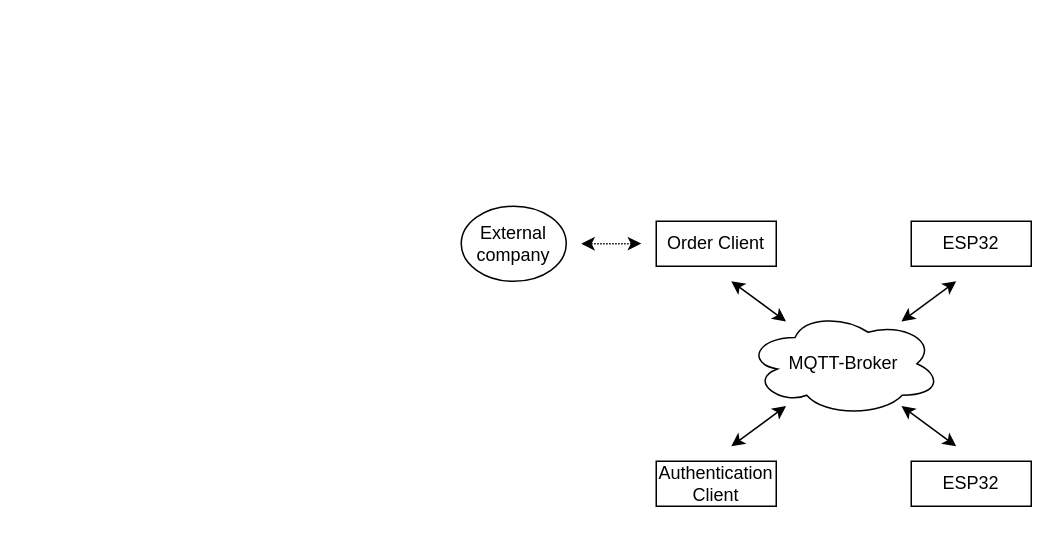
Before: docs/assets/models/architektur.drawio.xml in finnge/iot-service-button, a draw.io diagram. Source tidied: cells renumbered, new cells numbered last; positions are measured from the earlier drawing's top-left corner, leaving out a move shared by most shapes. Both pictures are drawn from the tidied source at 150%, with x=0, y=0 at pixel (460, 206).
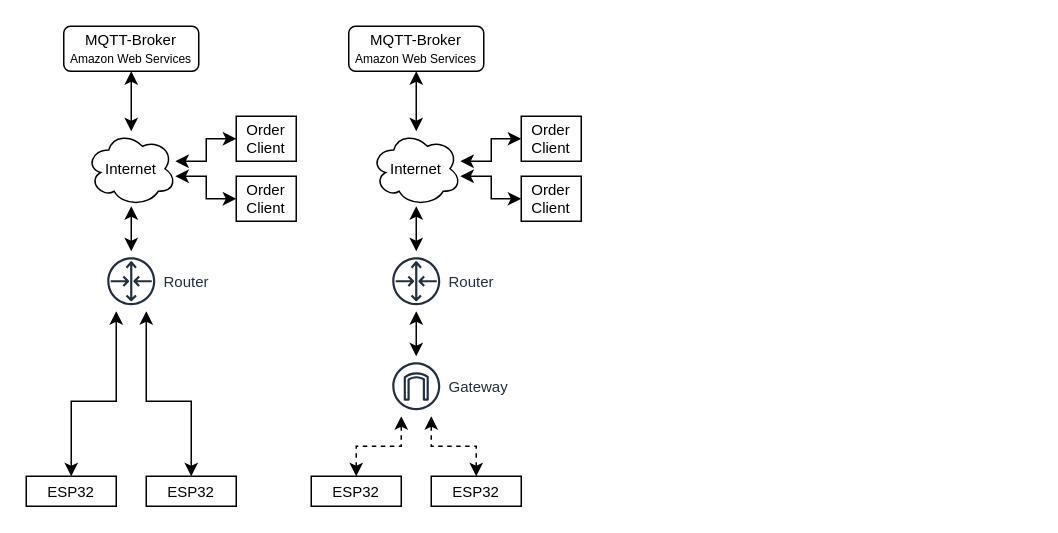
The same diagram, later.

Commit message (it also covers changes not shown here):
Patch figures (#17)

Change to the diagram source:
```diff
@@
-    <mxCell id="2" value="MQTT-Broker" style="ellipse;shape=cloud;align=center;verticalAlign=middle;whiteSpace=wrap;html=1;labelPosition=center;verticalLabelPosition=middle;fontFamily=Arial;" parent="1" vertex="1">
-      <mxGeometry x="190" y="70" width="130" height="70" as="geometry" />
-    </mxCell>
-    <mxCell id="3" value="Authentication Client" style="rounded=0;whiteSpace=wrap;html=1;fontFamily=Arial;" parent="1" vertex="1">
-      <mxGeometry x="130" y="170" width="80" height="30" as="geometry" />
-    </mxCell>
-    <mxCell id="4" value="Order Client" style="rounded=0;whiteSpace=wrap;html=1;spacingBottom=0;spacingTop=0;spacing=2;fontFamily=Arial;" parent="1" vertex="1">
-      <mxGeometry x="130" y="10" width="80" height="30" as="geometry" />
-    </mxCell>
-    <mxCell id="5" value="External company" style="ellipse;whiteSpace=wrap;html=1;fontFamily=Arial;" parent="1" vertex="1">
-      <mxGeometry width="70" height="50" as="geometry" />
-    </mxCell>
+    <mxCell id="13" style="edgeStyle=orthogonalEdgeStyle;rounded=0;jettySize=auto;html=1;startArrow=classic;startFill=1;fontSize=10;" parent="1" edge="1" source="6" target="15">
+      <mxGeometry relative="1" as="geometry">
+        <Array as="points">
+          <mxPoint x="-260" y="130" />
+          <mxPoint x="-230" y="130" />
+        </Array>
+      </mxGeometry>
+    </mxCell>
-    <mxCell id="6" value="ESP32" style="rounded=0;whiteSpace=wrap;html=1;fontFamily=Arial;" parent="1" vertex="1">
-      <mxGeometry x="300" y="10" width="80" height="30" as="geometry" />
+    <mxCell id="6" value="ESP32" style="rounded=0;whiteSpace=wrap;html=1;fontFamily=Arial;fontSize=10;" parent="1" vertex="1">
+      <mxGeometry x="-290" y="180" width="60" height="20" as="geometry" />
     </mxCell>
-    <mxCell id="7" style="endArrow=classic;startArrow=classic;html=1;fontFamily=Arial;" parent="1" edge="1" source="2">
-      <mxGeometry relative="1" as="geometry">
-        <mxPoint x="180" y="50" as="targetPoint" />
-      </mxGeometry>
-    </mxCell>
-    <mxCell id="8" style="endArrow=classic;startArrow=classic;html=1;fontFamily=Arial;" parent="1" edge="1" source="2">
-      <mxGeometry relative="1" as="geometry">
-        <mxPoint x="330" y="50" as="targetPoint" />
-      </mxGeometry>
-    </mxCell>
+    <mxCell id="14" style="edgeStyle=orthogonalEdgeStyle;rounded=0;jettySize=auto;html=1;startArrow=classic;startFill=1;fontSize=10;" parent="1" edge="1" source="9" target="15">
+      <mxGeometry relative="1" as="geometry">
+        <Array as="points">
+          <mxPoint x="-180" y="130" />
+          <mxPoint x="-210" y="130" />
+        </Array>
+      </mxGeometry>
+    </mxCell>
-    <mxCell id="9" value="ESP32" style="rounded=0;whiteSpace=wrap;html=1;fontFamily=Arial;" parent="1" vertex="1">
-      <mxGeometry x="300" y="170" width="80" height="30" as="geometry" />
+    <mxCell id="9" value="ESP32" style="rounded=0;whiteSpace=wrap;html=1;fontFamily=Arial;fontSize=10;" parent="1" vertex="1">
+      <mxGeometry x="-210" y="180" width="60" height="20" as="geometry" />
     </mxCell>
-    <mxCell id="10" style="endArrow=classic;startArrow=classic;html=1;fontFamily=Arial;" parent="1" edge="1" source="2">
-      <mxGeometry relative="1" as="geometry">
-        <mxPoint x="330" y="160" as="targetPoint" />
-      </mxGeometry>
-    </mxCell>
-    <mxCell id="11" style="endArrow=classic;startArrow=classic;html=1;fontFamily=Arial;" parent="1" edge="1" target="2">
-      <mxGeometry relative="1" as="geometry">
-        <mxPoint x="180" y="160" as="sourcePoint" />
-      </mxGeometry>
-    </mxCell>
-    <mxCell id="12" style="endArrow=classic;startArrow=classic;html=1;fontFamily=Arial;dashed=1;dashPattern=1 1;" parent="1" edge="1">
-      <mxGeometry relative="1" as="geometry">
-        <mxPoint x="120" y="24.9" as="sourcePoint" />
-        <mxPoint x="80" y="25" as="targetPoint" />
-      </mxGeometry>
-    </mxCell>
+    <mxCell id="15" value="Router" style="outlineConnect=0;fontColor=#232F3E;gradientColor=none;strokeColor=#232F3E;fillColor=#ffffff;dashed=0;verticalLabelPosition=middle;verticalAlign=middle;align=left;html=1;fontSize=10;fontStyle=0;shape=mxgraph.aws4.resourceIcon;resIcon=mxgraph.aws4.router;labelPosition=right;" parent="1" vertex="1">
+      <mxGeometry x="-240" y="30" width="40" height="40" as="geometry" />
+    </mxCell>
+    <mxCell id="16" style="edgeStyle=orthogonalEdgeStyle;rounded=0;jettySize=auto;html=1;startArrow=classic;startFill=1;" parent="1" edge="1" source="17" target="15">
+      <mxGeometry relative="1" as="geometry" />
+    </mxCell>
+    <mxCell id="17" value="&lt;font style=&quot;font-size: 10px;&quot;&gt;Internet&lt;/font&gt;" style="ellipse;shape=cloud;whiteSpace=wrap;html=1;fontSize=10;" parent="1" vertex="1">
+      <mxGeometry x="-250" y="-50" width="60" height="50" as="geometry" />
+    </mxCell>
+    <mxCell id="18" value="MQTT-Broker&lt;br style=&quot;font-size: 10px&quot;&gt;&lt;font style=&quot;font-size: 8px&quot;&gt;Amazon Web Services&lt;/font&gt;" style="rounded=1;whiteSpace=wrap;html=1;fontSize=10;" parent="1" vertex="1">
+      <mxGeometry x="-265" y="-120" width="90" height="30" as="geometry" />
+    </mxCell>
+    <mxCell id="19" style="endArrow=classic;startArrow=classic;html=1;fontSize=10;entryX=0.5;entryY=1;entryDx=0;entryDy=0;" parent="1" edge="1" source="17" target="18">
+      <mxGeometry relative="1" as="geometry" />
+    </mxCell>
+    <mxCell id="20" style="endArrow=classic;startArrow=classic;html=1;fontSize=10;edgeStyle=orthogonalEdgeStyle;rounded=0;" parent="1" edge="1" source="17" target="21">
+      <mxGeometry relative="1" as="geometry">
+        <Array as="points">
+          <mxPoint x="-170" y="-30" />
+          <mxPoint x="-170" y="-45" />
+        </Array>
+      </mxGeometry>
+    </mxCell>
+    <mxCell id="21" value="Order Client" style="rounded=0;whiteSpace=wrap;html=1;fontSize=10;" parent="1" vertex="1">
+      <mxGeometry x="-150" y="-60" width="40" height="30" as="geometry" />
+    </mxCell>
+    <mxCell id="22" style="edgeStyle=orthogonalEdgeStyle;rounded=0;jettySize=auto;html=1;startArrow=classic;startFill=1;dashed=1;fontSize=10;" parent="1" edge="1" source="23" target="27">
+      <mxGeometry relative="1" as="geometry">
+        <Array as="points">
+          <mxPoint x="-70" y="160" />
+          <mxPoint x="-40" y="160" />
+        </Array>
+      </mxGeometry>
+    </mxCell>
+    <mxCell id="23" value="ESP32" style="rounded=0;whiteSpace=wrap;html=1;fontFamily=Arial;fontSize=10;" parent="1" vertex="1">
+      <mxGeometry x="-100" y="180" width="60" height="20" as="geometry" />
+    </mxCell>
+    <mxCell id="24" style="edgeStyle=orthogonalEdgeStyle;rounded=0;jettySize=auto;html=1;startArrow=classic;startFill=1;dashed=1;fontSize=10;" parent="1" edge="1" source="25" target="27">
+      <mxGeometry relative="1" as="geometry">
+        <Array as="points">
+          <mxPoint x="10" y="160" />
+          <mxPoint x="-20" y="160" />
+        </Array>
+      </mxGeometry>
+    </mxCell>
+    <mxCell id="25" value="ESP32" style="rounded=0;whiteSpace=wrap;html=1;fontFamily=Arial;fontSize=10;" parent="1" vertex="1">
+      <mxGeometry x="-20" y="180" width="60" height="20" as="geometry" />
+    </mxCell>
+    <mxCell id="26" style="edgeStyle=orthogonalEdgeStyle;rounded=0;jettySize=auto;html=1;startArrow=classic;startFill=1;fontSize=10;" parent="1" edge="1" source="27" target="28">
+      <mxGeometry relative="1" as="geometry" />
+    </mxCell>
+    <mxCell id="27" value="Gateway" style="outlineConnect=0;fontColor=#232F3E;gradientColor=none;strokeColor=#232F3E;fillColor=#ffffff;dashed=0;verticalLabelPosition=middle;verticalAlign=middle;align=left;html=1;fontSize=10;fontStyle=0;shape=mxgraph.aws4.resourceIcon;resIcon=mxgraph.aws4.internet_gateway;labelPosition=right;" parent="1" vertex="1">
+      <mxGeometry x="-50" y="100" width="40" height="40" as="geometry" />
+    </mxCell>
+    <mxCell id="28" value="Router" style="outlineConnect=0;fontColor=#232F3E;gradientColor=none;strokeColor=#232F3E;fillColor=#ffffff;dashed=0;verticalLabelPosition=middle;verticalAlign=middle;align=left;html=1;fontSize=10;fontStyle=0;shape=mxgraph.aws4.resourceIcon;resIcon=mxgraph.aws4.router;labelPosition=right;" parent="1" vertex="1">
+      <mxGeometry x="-50" y="30" width="40" height="40" as="geometry" />
+    </mxCell>
+    <mxCell id="29" style="edgeStyle=orthogonalEdgeStyle;rounded=0;jettySize=auto;html=1;startArrow=classic;startFill=1;" parent="1" edge="1" source="30" target="28">
+      <mxGeometry relative="1" as="geometry" />
+    </mxCell>
+    <mxCell id="30" value="&lt;font style=&quot;font-size: 10px;&quot;&gt;Internet&lt;/font&gt;" style="ellipse;shape=cloud;whiteSpace=wrap;html=1;fontSize=10;" parent="1" vertex="1">
+      <mxGeometry x="-60" y="-50" width="60" height="50" as="geometry" />
+    </mxCell>
+    <mxCell id="31" value="MQTT-Broker&lt;br style=&quot;font-size: 10px&quot;&gt;&lt;font style=&quot;font-size: 8px&quot;&gt;Amazon Web Services&lt;/font&gt;" style="rounded=1;whiteSpace=wrap;html=1;fontSize=10;" parent="1" vertex="1">
+      <mxGeometry x="-75" y="-120" width="90" height="30" as="geometry" />
+    </mxCell>
+    <mxCell id="32" style="endArrow=classic;startArrow=classic;html=1;fontSize=10;entryX=0.5;entryY=1;entryDx=0;entryDy=0;" parent="1" edge="1" source="30" target="31">
+      <mxGeometry relative="1" as="geometry" />
+    </mxCell>
+    <mxCell id="33" style="endArrow=classic;startArrow=classic;html=1;fontSize=10;rounded=0;edgeStyle=orthogonalEdgeStyle;" parent="1" edge="1" source="17" target="34">
+      <mxGeometry relative="1" as="geometry">
+        <Array as="points">
+          <mxPoint x="-170" y="-20" />
+          <mxPoint x="-170" y="-5" />
+        </Array>
+      </mxGeometry>
+    </mxCell>
+    <mxCell id="34" value="Order Client" style="rounded=0;whiteSpace=wrap;html=1;fontSize=10;" parent="1" vertex="1">
+      <mxGeometry x="-150" y="-20" width="40" height="30" as="geometry" />
+    </mxCell>
+    <mxCell id="35" style="edgeStyle=orthogonalEdgeStyle;rounded=0;jettySize=auto;html=1;startArrow=classic;startFill=1;fontSize=10;" parent="1" edge="1" source="36" target="30">
+      <mxGeometry relative="1" as="geometry">
+        <Array as="points">
+          <mxPoint x="20" y="-45" />
+          <mxPoint x="20" y="-30" />
+        </Array>
+      </mxGeometry>
+    </mxCell>
+    <mxCell id="36" value="Order Client" style="rounded=0;whiteSpace=wrap;html=1;fontSize=10;" parent="1" vertex="1">
+      <mxGeometry x="40" y="-60" width="40" height="30" as="geometry" />
+    </mxCell>
+    <mxCell id="37" style="edgeStyle=orthogonalEdgeStyle;rounded=0;jettySize=auto;html=1;startArrow=classic;startFill=1;fontSize=10;" parent="1" edge="1" source="38" target="30">
+      <mxGeometry relative="1" as="geometry">
+        <Array as="points">
+          <mxPoint x="20" y="-5" />
+          <mxPoint x="20" y="-20" />
+        </Array>
+      </mxGeometry>
+    </mxCell>
+    <mxCell id="38" value="Order Client" style="rounded=0;whiteSpace=wrap;html=1;fontSize=10;" parent="1" vertex="1">
+      <mxGeometry x="40" y="-20" width="40" height="30" as="geometry" />
+    </mxCell>
```
